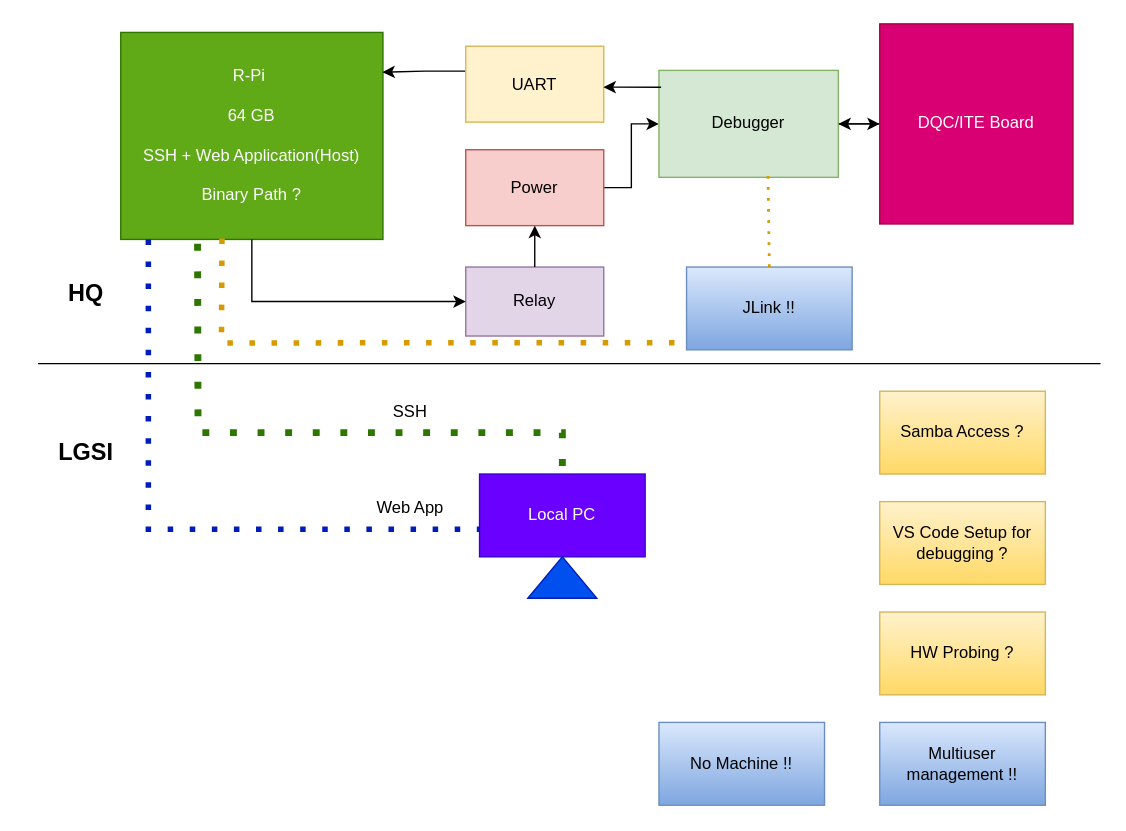
Above: remote_setup.drawio in nishitp007/temp (draw.io), before the change. Source tidied: cells renumbered, new cells numbered last; positions are measured from the earlier drawing's top-left corner, leaving out a move shared by most shapes. Both pictures are drawn from the tidied source at 138%, with x=0, y=0 at pixel (23, 23).
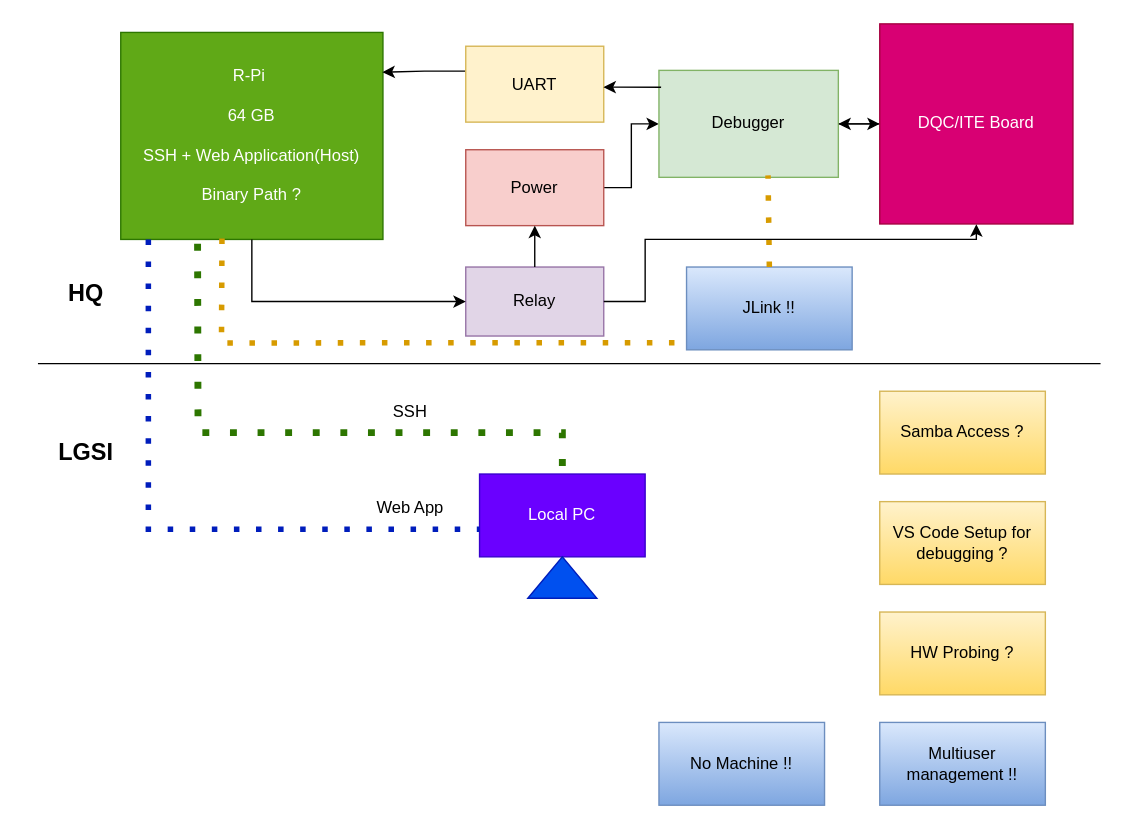
The same page after the edit.

The change refers to these unchanged cells:
```xml
<mxCell id="10" value="Debugger" style="rounded=0;whiteSpace=wrap;html=1;fillColor=#d5e8d4;strokeColor=#82b366;" parent="1" vertex="1">
  <mxGeometry x="460" y="33.5" width="130" height="77.5" as="geometry" />
</mxCell>
<mxCell id="13" value="Relay" style="rounded=0;whiteSpace=wrap;html=1;fillColor=#e1d5e7;strokeColor=#9673a6;" parent="1" vertex="1">
  <mxGeometry x="320" y="176" width="100" height="50" as="geometry" />
</mxCell>
<mxCell id="18" value="JLink !!" style="rounded=0;whiteSpace=wrap;html=1;fillColor=#dae8fc;strokeColor=#6c8ebf;gradientColor=#7ea6e0;" parent="1" vertex="1">
  <mxGeometry x="480" y="176" width="120" height="60" as="geometry" />
</mxCell>
```

Change to the diagram source:
```diff
@@
-    <mxCell id="26" style="endArrow=none;dashed=1;html=1;dashPattern=1 3;strokeWidth=2;rounded=0;exitX=0.5;exitY=0;exitDx=0;exitDy=0;entryX=0.608;entryY=0.982;entryDx=0;entryDy=0;entryPerimeter=0;fillColor=#ffcd28;gradientColor=#ffa500;strokeColor=#d79b00;" parent="1" edge="1" source="18" target="10">
+    <mxCell id="26" style="endArrow=none;dashed=1;html=1;dashPattern=1 3;strokeWidth=4;rounded=0;exitX=0.5;exitY=0;exitDx=0;exitDy=0;entryX=0.608;entryY=0.982;entryDx=0;entryDy=0;entryPerimeter=0;fillColor=#ffcd28;gradientColor=#ffa500;strokeColor=#d79b00;" parent="1" edge="1" source="18" target="10">
       <mxGeometry relative="1" as="geometry" />
     </mxCell>
@@
+    <mxCell id="32" style="endArrow=classic;html=1;rounded=0;exitX=1;exitY=0.5;exitDx=0;exitDy=0;" parent="1" edge="1" source="13">
+      <mxGeometry relative="1" as="geometry">
+        <mxPoint x="690" y="145" as="targetPoint" />
+        <Array as="points">
+          <mxPoint x="450" y="201" />
+          <mxPoint x="450" y="156" />
+          <mxPoint x="690" y="156" />
+        </Array>
+      </mxGeometry>
+    </mxCell>
```
